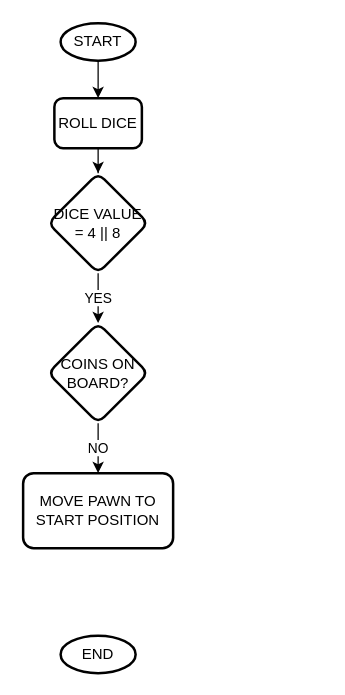
The draw.io diagram Untitled Diagram.drawio in arvindpandit27/learnCPP, before the edit. Source tidied: cells renumbered, new cells numbered last; positions are measured from the earlier drawing's top-left corner, leaving out a move shared by most shapes. Both pictures are drawn from the tidied source at 125%, with x=0, y=0 at pixel (22, 22).
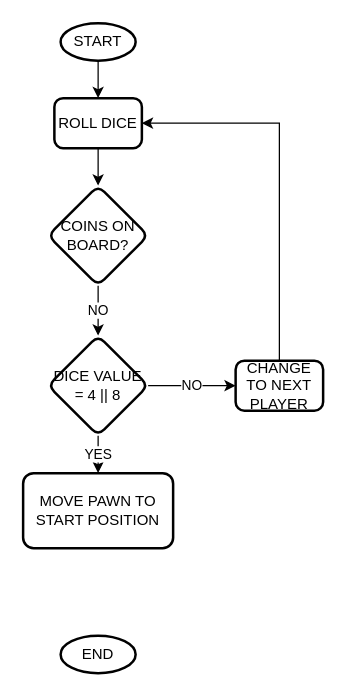
The same diagram, later.

The edit, as a diff of the source:
```diff
@@
 <mxGraphModel>
   <root>
     <mxCell id="0" />
     <mxCell id="1" parent="0" />
     <mxCell id="2" style="edgeStyle=orthogonalEdgeStyle;rounded=0;jettySize=auto;html=1;" parent="1" edge="1" source="3" target="6">
       <mxGeometry relative="1" as="geometry" />
     </mxCell>
     <mxCell id="3" value="START" style="strokeWidth=2;html=1;shape=mxgraph.flowchart.start_1;whiteSpace=wrap;" parent="1" vertex="1">
       <mxGeometry x="30" width="60" height="30" as="geometry" />
     </mxCell>
     <mxCell id="4" value="END" style="strokeWidth=2;html=1;shape=mxgraph.flowchart.start_1;whiteSpace=wrap;" parent="1" vertex="1">
       <mxGeometry x="30" y="490" width="60" height="30" as="geometry" />
     </mxCell>
-    <mxCell id="5" style="edgeStyle=orthogonalEdgeStyle;rounded=0;jettySize=auto;html=1;" parent="1" edge="1" source="6" target="8">
-      <mxGeometry relative="1" as="geometry" />
-    </mxCell>
+    <mxCell id="12" style="edgeStyle=orthogonalEdgeStyle;rounded=0;jettySize=auto;html=1;" parent="1" edge="1" source="6" target="11">
+      <mxGeometry relative="1" as="geometry" />
+    </mxCell>
     <mxCell id="6" value="ROLL DICE" style="rounded=1;whiteSpace=wrap;html=1;absoluteArcSize=1;arcSize=14;strokeWidth=2;" parent="1" vertex="1">
       <mxGeometry x="25" y="60" width="70" height="40" as="geometry" />
     </mxCell>
-    <mxCell id="7" value="YES" style="edgeStyle=orthogonalEdgeStyle;rounded=0;jettySize=auto;html=1;" parent="1" edge="1" source="8" target="11">
+    <mxCell id="7" value="YES" style="edgeStyle=orthogonalEdgeStyle;rounded=0;jettySize=auto;html=1;" parent="1" edge="1" source="8" target="9">
       <mxGeometry relative="1" as="geometry" />
     </mxCell>
+    <mxCell id="13" value="NO" style="edgeStyle=orthogonalEdgeStyle;rounded=0;jettySize=auto;html=1;" parent="1" edge="1" source="8" target="16">
+      <mxGeometry relative="1" as="geometry" />
+    </mxCell>
     <mxCell id="8" value="DICE VALUE = 4 || 8" style="rhombus;whiteSpace=wrap;html=1;rounded=1;strokeWidth=2;arcSize=14;" parent="1" vertex="1">
-      <mxGeometry x="20" y="120" width="80" height="80" as="geometry" />
+      <mxGeometry x="20" y="250" width="80" height="80" as="geometry" />
     </mxCell>
     <mxCell id="9" value="MOVE PAWN TO START POSITION" style="whiteSpace=wrap;html=1;rounded=1;strokeWidth=2;arcSize=14;" parent="1" vertex="1">
       <mxGeometry y="360" width="120" height="60" as="geometry" />
     </mxCell>
-    <mxCell id="10" value="NO" style="edgeStyle=orthogonalEdgeStyle;rounded=0;jettySize=auto;html=1;" parent="1" edge="1" source="11" target="9">
-      <mxGeometry relative="1" as="geometry" />
-    </mxCell>
+    <mxCell id="14" value="NO" style="edgeStyle=orthogonalEdgeStyle;rounded=0;jettySize=auto;html=1;" parent="1" edge="1" source="11" target="8">
+      <mxGeometry relative="1" as="geometry" />
+    </mxCell>
     <mxCell id="11" value="COINS ON BOARD?" style="rhombus;whiteSpace=wrap;html=1;rounded=1;strokeWidth=2;arcSize=14;" parent="1" vertex="1">
-      <mxGeometry x="20" y="240" width="80" height="80" as="geometry" />
+      <mxGeometry x="20" y="130" width="80" height="80" as="geometry" />
     </mxCell>
+    <mxCell id="15" style="edgeStyle=orthogonalEdgeStyle;rounded=0;jettySize=auto;html=1;entryX=1;entryY=0.5;entryDx=0;entryDy=0;" parent="1" edge="1" source="16" target="6">
+      <mxGeometry relative="1" as="geometry">
+        <Array as="points">
+          <mxPoint x="205" y="80" />
+        </Array>
+      </mxGeometry>
+    </mxCell>
+    <mxCell id="16" value="CHANGE TO NEXT PLAYER" style="rounded=1;whiteSpace=wrap;html=1;absoluteArcSize=1;arcSize=14;strokeWidth=2;" parent="1" vertex="1">
+      <mxGeometry x="170" y="270" width="70" height="40" as="geometry" />
+    </mxCell>
   </root>
 </mxGraphModel>
```
